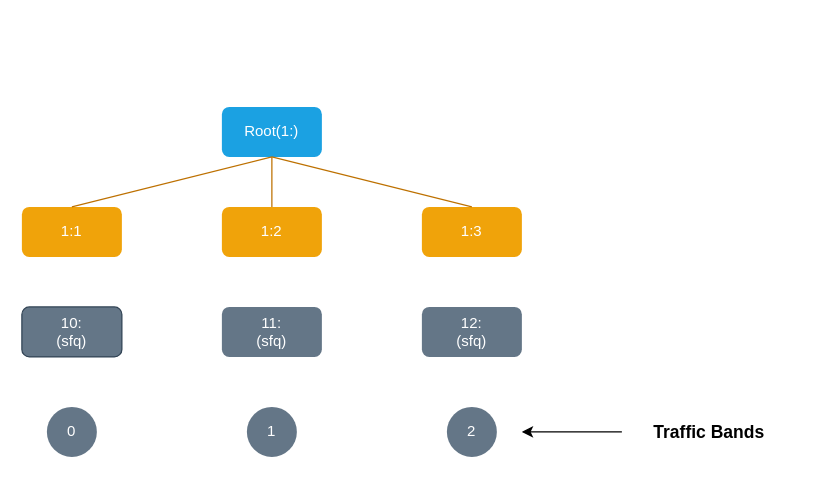
This is class-qdisc-PRIO.drawio from sugchand/drawio, a draw.io file, before an edit. Source tidied: cells renumbered, new cells numbered last; positions are measured from the earlier drawing's top-left corner, leaving out a move shared by most shapes. Both pictures are drawn from the tidied source at 125%, with x=0, y=0 at pixel (21, 106).
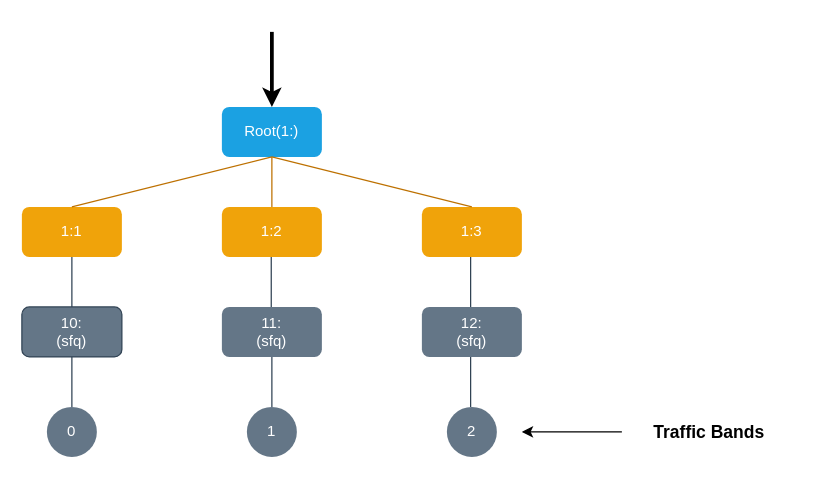
After the change.

Unchanged cells that the change refers to:
```xml
<mxCell id="2" value="Root(1:)" style="rounded=1;whiteSpace=wrap;html=1;fillColor=#1ba1e2;strokeColor=none;fontColor=#ffffff;" parent="1" vertex="1">
  <mxGeometry x="160" width="80" height="40" as="geometry" />
</mxCell>
<mxCell id="3" value="1:1" style="rounded=1;whiteSpace=wrap;html=1;fillColor=#f0a30a;strokeColor=none;fontColor=#ffffff;" parent="1" vertex="1">
  <mxGeometry y="80" width="80" height="40" as="geometry" />
</mxCell>
<mxCell id="6" value="10:&lt;br&gt;(sfq)" style="rounded=1;whiteSpace=wrap;html=1;fillColor=#647687;strokeColor=#314354;fontColor=#ffffff;" parent="1" vertex="1">
  <mxGeometry y="160" width="80" height="40" as="geometry" />
</mxCell>
```

The edit, as a diff of the source:
```diff
@@
+    <mxCell id="17" style="endArrow=none;html=1;entryX=0.5;entryY=1;entryDx=0;entryDy=0;fillColor=#647687;strokeColor=#314354;" parent="1" edge="1" source="6" target="3">
+      <mxGeometry relative="1" as="geometry" />
+    </mxCell>
+    <mxCell id="18" style="endArrow=none;html=1;entryX=0.5;entryY=1;entryDx=0;entryDy=0;fillColor=#647687;strokeColor=#314354;" parent="1" edge="1">
+      <mxGeometry relative="1" as="geometry">
+        <mxPoint x="199.5" y="160" as="sourcePoint" />
+        <mxPoint x="199.5" y="120" as="targetPoint" />
+      </mxGeometry>
+    </mxCell>
+    <mxCell id="19" style="endArrow=none;html=1;entryX=0.5;entryY=1;entryDx=0;entryDy=0;fillColor=#647687;strokeColor=#314354;" parent="1" edge="1">
+      <mxGeometry relative="1" as="geometry">
+        <mxPoint x="359" y="160" as="sourcePoint" />
+        <mxPoint x="359" y="120" as="targetPoint" />
+      </mxGeometry>
+    </mxCell>
+    <mxCell id="20" style="endArrow=none;html=1;entryX=0.5;entryY=1;entryDx=0;entryDy=0;fillColor=#647687;strokeColor=#314354;" parent="1" edge="1">
+      <mxGeometry relative="1" as="geometry">
+        <mxPoint x="359" y="240" as="sourcePoint" />
+        <mxPoint x="359" y="200" as="targetPoint" />
+      </mxGeometry>
+    </mxCell>
+    <mxCell id="21" style="endArrow=none;html=1;entryX=0.5;entryY=1;entryDx=0;entryDy=0;fillColor=#647687;strokeColor=#314354;" parent="1" edge="1">
+      <mxGeometry relative="1" as="geometry">
+        <mxPoint x="200" y="240" as="sourcePoint" />
+        <mxPoint x="200" y="200" as="targetPoint" />
+      </mxGeometry>
+    </mxCell>
+    <mxCell id="22" style="endArrow=none;html=1;entryX=0.5;entryY=1;entryDx=0;entryDy=0;fillColor=#647687;strokeColor=#314354;" parent="1" edge="1">
+      <mxGeometry relative="1" as="geometry">
+        <mxPoint x="40" y="240" as="sourcePoint" />
+        <mxPoint x="40" y="200" as="targetPoint" />
+      </mxGeometry>
+    </mxCell>
+    <mxCell id="23" style="endArrow=classic;html=1;entryX=0.5;entryY=0;entryDx=0;entryDy=0;strokeWidth=3;" parent="1" edge="1" target="2">
+      <mxGeometry relative="1" as="geometry">
+        <mxPoint x="200" y="-60" as="sourcePoint" />
+      </mxGeometry>
+    </mxCell>
```
